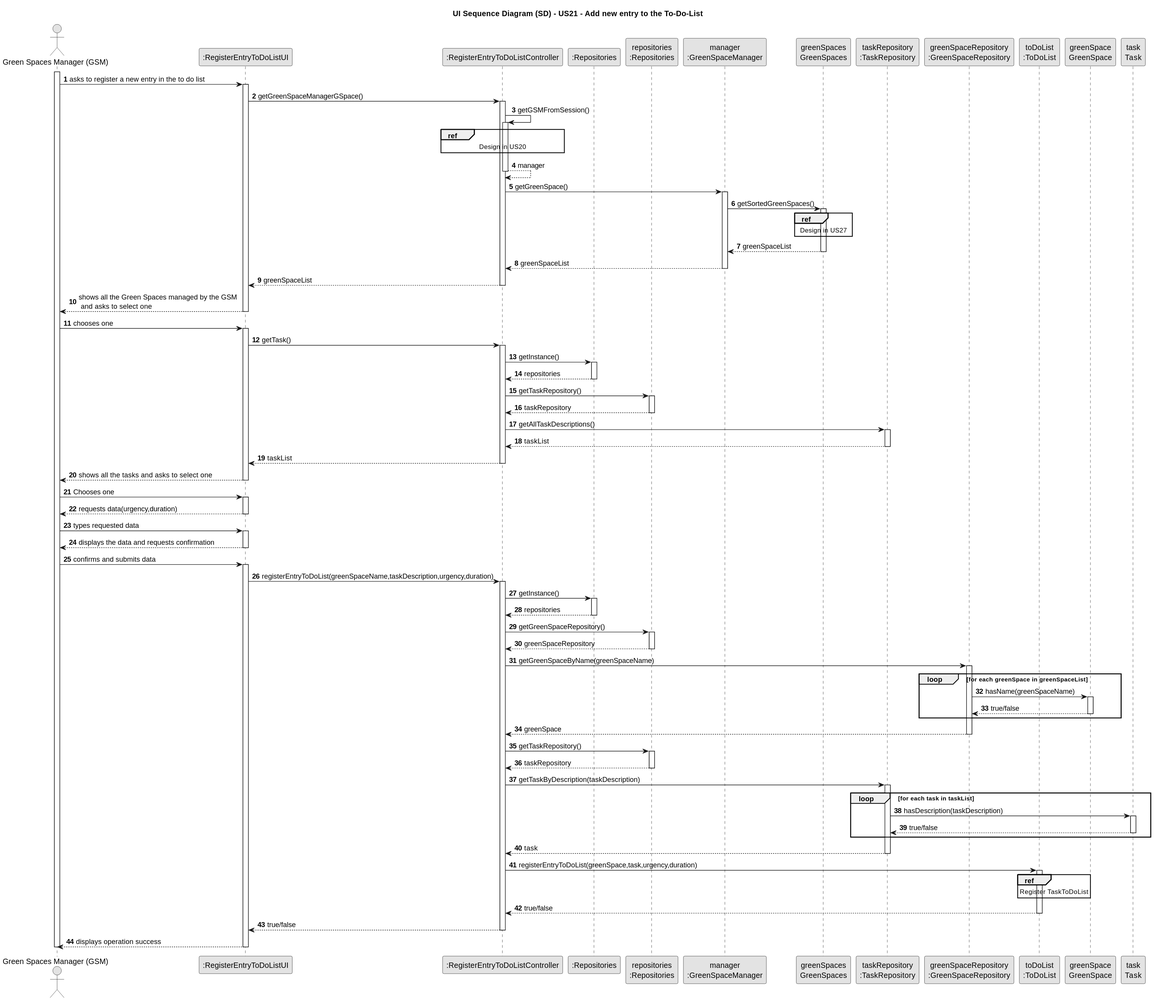
Earlier version of the PlantUML export docs/sprint3/us21/03.design/svg/us21-sequence-diagram.svg (Departamento-de-Engenharia-Informatica/lei-24-s2-1db-g022).
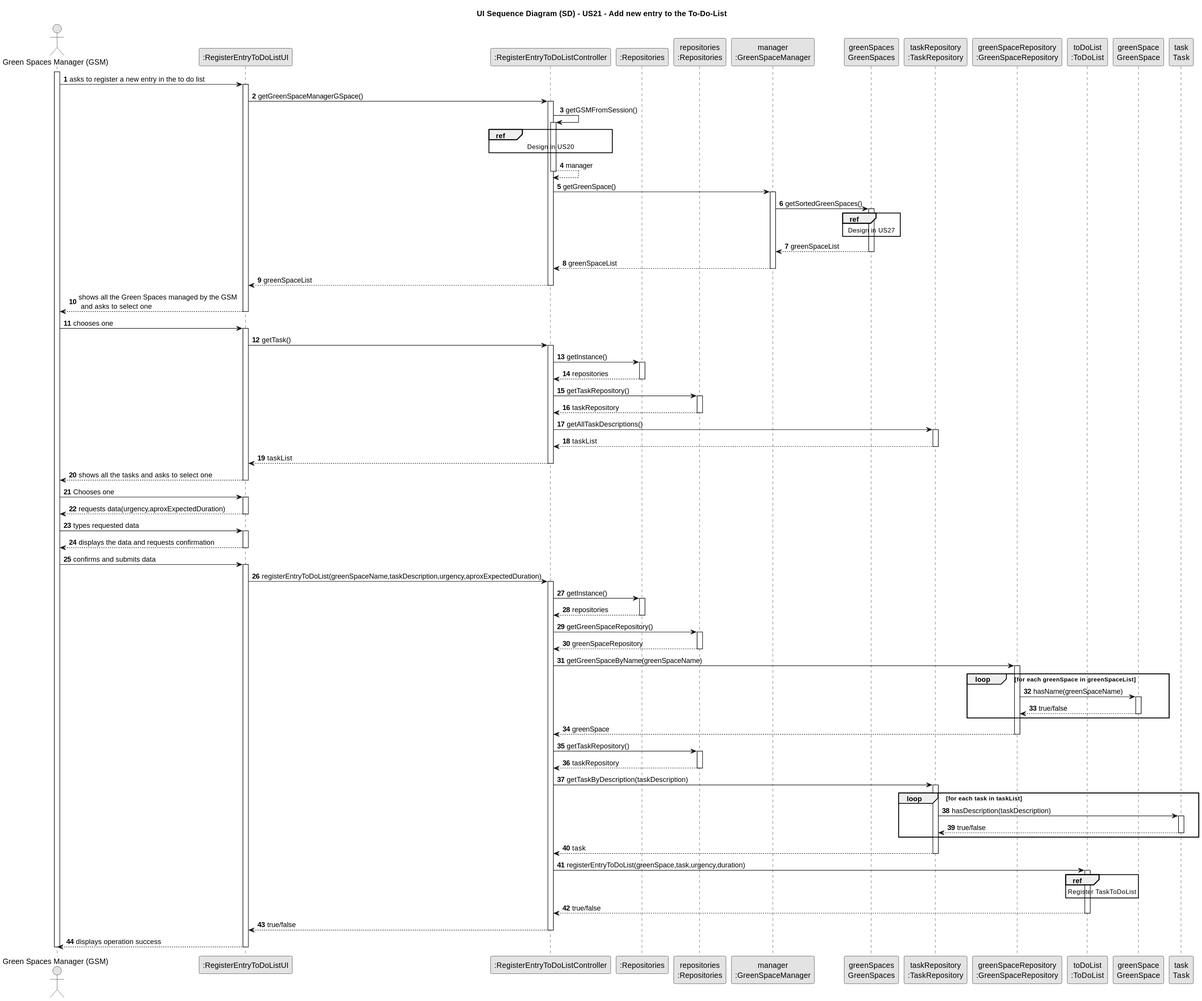
The same file after the commit.

What changed in the source:
```diff
@@ -94,7 +94,7 @@
         GSM -> UI : Chooses one
     activate UI
 
-        UI --> GSM : requests data(urgency,duration)
+        UI --> GSM : requests data(urgency,aproxExpectedDuration)
     deactivate UI
 
         GSM -> UI : types requested data
@@ -106,7 +106,7 @@
         GSM -> UI : confirms and submits data
     activate UI
 
-        UI -> CTRL: registerEntryToDoList(greenSpaceName,taskDescription,urgency,duration)
+        UI -> CTRL: registerEntryToDoList(greenSpaceName,taskDescription,urgency,aproxExpectedDuration)
     activate CTRL
 
         CTRL -> RepositorySingleton : getInstance()
```
